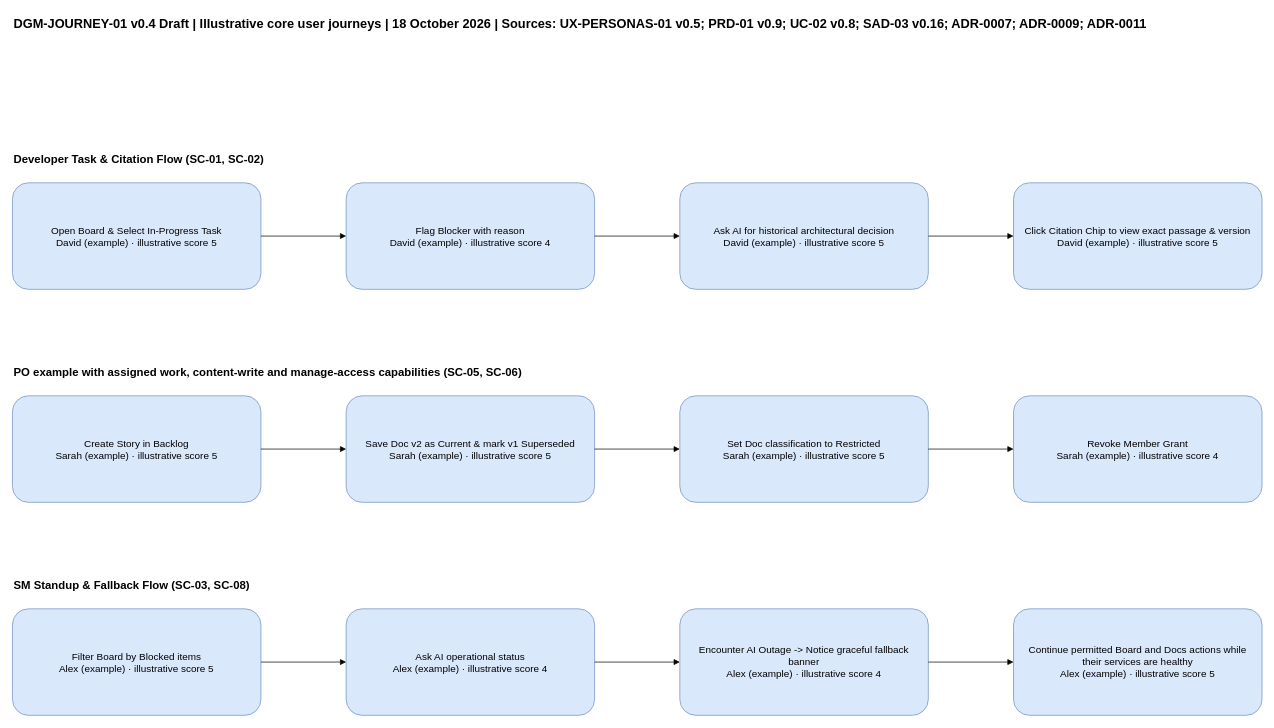
900M100CK/scrum-workspace-KMS-ai keeps this draw.io diagram as docs/sdlc/diagrams/user-journey/core-user-journeys.drawio. Above is the earlier version. Source tidied: cells renumbered, new cells numbered last; positions are measured from the earlier drawing's top-left corner, leaving out a move shared by most shapes. Both pictures are drawn from the tidied source at 71%, with x=0, y=0 at pixel (12, 12).
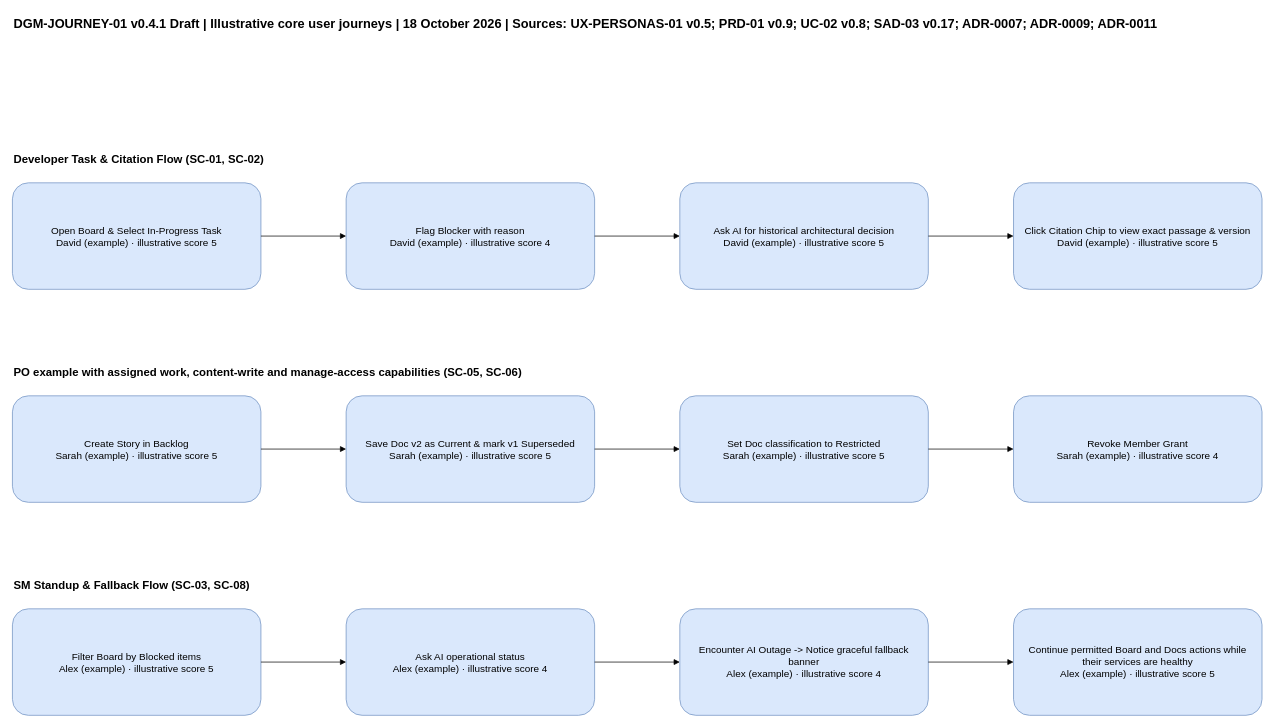
Above is the later version.

Diff of the diagram source:
```diff
@@
-    <mxCell id="2" value="DGM-JOURNEY-01 v0.4 Draft | Illustrative core user journeys | 18 October 2026 | Sources: UX-PERSONAS-01 v0.5; PRD-01 v0.9; UC-02 v0.8; SAD-03 v0.16; ADR-0007; ADR-0009; ADR-0011" style="text;html=1;whiteSpace=wrap;fontSize=18;fontStyle=1;align=left;" parent="1" vertex="1">
+    <mxCell id="2" value="DGM-JOURNEY-01 v0.4.1 Draft | Illustrative core user journeys | 18 October 2026 | Sources: UX-PERSONAS-01 v0.5; PRD-01 v0.9; UC-02 v0.8; SAD-03 v0.17; ADR-0007; ADR-0009; ADR-0011" style="text;html=1;whiteSpace=wrap;fontSize=18;fontStyle=1;align=left;" parent="1" vertex="1">
       <mxGeometry width="1760" height="100" as="geometry" />
     </mxCell>
```
